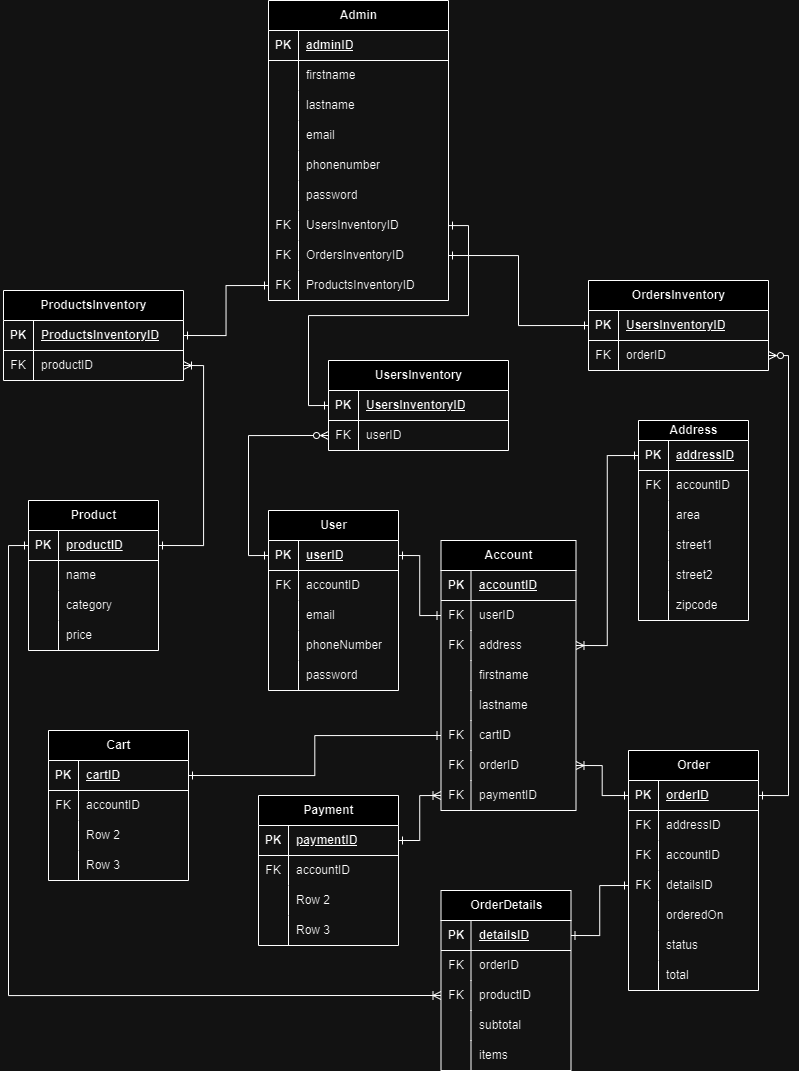
Earlier version of the draw.io export ZDeliverERDiagram.png (Yaq0ub/ZDeliver). Source tidied: cells renumbered, new cells last; positions are measured from the earlier drawing's top-left corner, leaving out a move shared by most shapes.
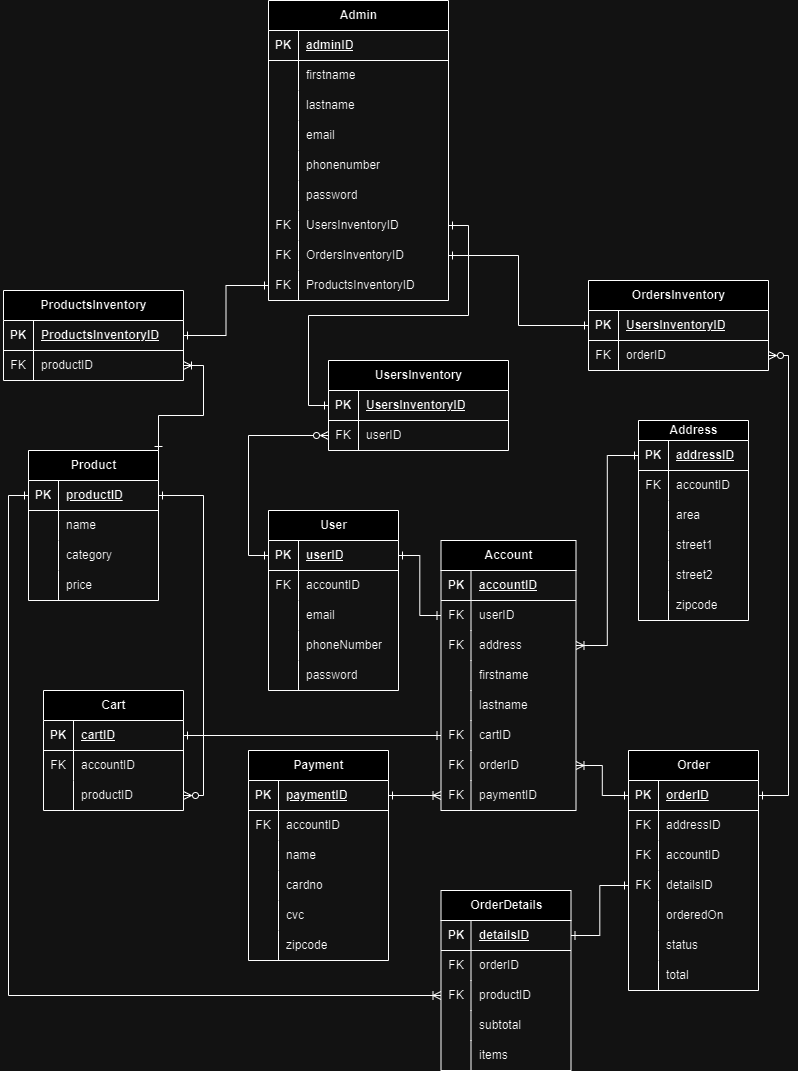
After the change.

Change to the diagram source:
```diff
@@ -117,7 +117,7 @@
       <mxGeometry x="30" width="100" height="30" as="geometry" />
     </mxCell>
     <mxCell id="40" value="Payment" style="shape=table;startSize=30;rowLines=0;fontStyle=1;align=center;html=1;" parent="1" vertex="1">
-      <mxGeometry x="255" y="795" width="140" height="150" as="geometry" />
+      <mxGeometry x="245" y="750" width="140" height="210" as="geometry" />
     </mxCell>
     <mxCell id="41" style="shape=tableRow;horizontal=0;startSize=0;swimlaneHead=0;swimlaneBody=0;fillColor=none;points=[[0,0.5],[1,0.5]];portConstraint=eastwest;top=0;left=0;right=0;bottom=1;" parent="40" vertex="1">
       <mxGeometry y="30" width="140" height="30" as="geometry" />
@@ -143,7 +143,7 @@
     <mxCell id="48" style="shape=partialRectangle;fillColor=none;top=0;left=0;bottom=0;right=0;overflow=hidden;whiteSpace=wrap;html=1;" parent="47" vertex="1">
       <mxGeometry width="30" height="30" as="geometry" />
     </mxCell>
-    <mxCell id="49" value="Row 2" style="shape=partialRectangle;fillColor=none;top=0;left=0;bottom=0;right=0;align=left;spacingLeft=6;overflow=hidden;whiteSpace=wrap;html=1;" parent="47" vertex="1">
+    <mxCell id="49" value="name" style="shape=partialRectangle;fillColor=none;top=0;left=0;bottom=0;right=0;align=left;spacingLeft=6;overflow=hidden;whiteSpace=wrap;html=1;" parent="47" vertex="1">
       <mxGeometry x="30" width="110" height="30" as="geometry" />
     </mxCell>
     <mxCell id="50" style="shape=tableRow;horizontal=0;startSize=0;swimlaneHead=0;swimlaneBody=0;fillColor=none;top=0;left=0;right=0;bottom=0;" parent="40" vertex="1">
@@ -152,11 +152,29 @@
     <mxCell id="51" style="shape=partialRectangle;fillColor=none;top=0;left=0;bottom=0;right=0;overflow=hidden;whiteSpace=wrap;html=1;" parent="50" vertex="1">
       <mxGeometry width="30" height="30" as="geometry" />
     </mxCell>
-    <mxCell id="52" value="Row 3" style="shape=partialRectangle;fillColor=none;top=0;left=0;bottom=0;right=0;align=left;spacingLeft=6;overflow=hidden;whiteSpace=wrap;html=1;" parent="50" vertex="1">
+    <mxCell id="52" value="cardno" style="shape=partialRectangle;fillColor=none;top=0;left=0;bottom=0;right=0;align=left;spacingLeft=6;overflow=hidden;whiteSpace=wrap;html=1;" parent="50" vertex="1">
       <mxGeometry x="30" width="110" height="30" as="geometry" />
     </mxCell>
+    <mxCell id="201" style="shape=tableRow;horizontal=0;startSize=0;swimlaneHead=0;swimlaneBody=0;fillColor=none;top=0;left=0;right=0;bottom=0;" parent="40" vertex="1">
+      <mxGeometry y="150" width="140" height="30" as="geometry" />
+    </mxCell>
+    <mxCell id="202" style="shape=partialRectangle;fillColor=none;top=0;left=0;bottom=0;right=0;overflow=hidden;whiteSpace=wrap;html=1;" parent="201" vertex="1">
+      <mxGeometry width="30" height="30" as="geometry" />
+    </mxCell>
+    <mxCell id="203" value="cvc" style="shape=partialRectangle;fillColor=none;top=0;left=0;bottom=0;right=0;align=left;spacingLeft=6;overflow=hidden;whiteSpace=wrap;html=1;" parent="201" vertex="1">
+      <mxGeometry x="30" width="110" height="30" as="geometry" />
+    </mxCell>
+    <mxCell id="204" style="shape=tableRow;horizontal=0;startSize=0;swimlaneHead=0;swimlaneBody=0;fillColor=none;top=0;left=0;right=0;bottom=0;" parent="40" vertex="1">
+      <mxGeometry y="180" width="140" height="30" as="geometry" />
+    </mxCell>
+    <mxCell id="205" style="shape=partialRectangle;fillColor=none;top=0;left=0;bottom=0;right=0;overflow=hidden;whiteSpace=wrap;html=1;" parent="204" vertex="1">
+      <mxGeometry width="30" height="30" as="geometry" />
+    </mxCell>
+    <mxCell id="206" value="zipcode" style="shape=partialRectangle;fillColor=none;top=0;left=0;bottom=0;right=0;align=left;spacingLeft=6;overflow=hidden;whiteSpace=wrap;html=1;" parent="204" vertex="1">
+      <mxGeometry x="30" width="110" height="30" as="geometry" />
+    </mxCell>
     <mxCell id="53" value="Cart" style="shape=table;startSize=30;rowLines=0;fontStyle=1;align=center;html=1;" parent="1" vertex="1">
-      <mxGeometry x="45" y="730" width="140" height="150" as="geometry" />
+      <mxGeometry x="40" y="690" width="140" height="120" as="geometry" />
     </mxCell>
     <mxCell id="54" style="shape=tableRow;horizontal=0;startSize=0;swimlaneHead=0;swimlaneBody=0;fillColor=none;points=[[0,0.5],[1,0.5]];portConstraint=eastwest;top=0;left=0;right=0;bottom=1;" parent="53" vertex="1">
       <mxGeometry y="30" width="140" height="30" as="geometry" />
@@ -182,18 +200,9 @@
     <mxCell id="61" style="shape=partialRectangle;fillColor=none;top=0;left=0;bottom=0;right=0;overflow=hidden;whiteSpace=wrap;html=1;" parent="60" vertex="1">
       <mxGeometry width="30" height="30" as="geometry" />
     </mxCell>
-    <mxCell id="62" value="Row 2" style="shape=partialRectangle;fillColor=none;top=0;left=0;bottom=0;right=0;align=left;spacingLeft=6;overflow=hidden;whiteSpace=wrap;html=1;" parent="60" vertex="1">
+    <mxCell id="62" value="productID" style="shape=partialRectangle;fillColor=none;top=0;left=0;bottom=0;right=0;align=left;spacingLeft=6;overflow=hidden;whiteSpace=wrap;html=1;" parent="60" vertex="1">
       <mxGeometry x="30" width="110" height="30" as="geometry" />
     </mxCell>
-    <mxCell id="63" style="shape=tableRow;horizontal=0;startSize=0;swimlaneHead=0;swimlaneBody=0;fillColor=none;top=0;left=0;right=0;bottom=0;" parent="53" vertex="1">
-      <mxGeometry y="120" width="140" height="30" as="geometry" />
-    </mxCell>
-    <mxCell id="64" style="shape=partialRectangle;fillColor=none;top=0;left=0;bottom=0;right=0;overflow=hidden;whiteSpace=wrap;html=1;" parent="63" vertex="1">
-      <mxGeometry width="30" height="30" as="geometry" />
-    </mxCell>
-    <mxCell id="65" value="Row 3" style="shape=partialRectangle;fillColor=none;top=0;left=0;bottom=0;right=0;align=left;spacingLeft=6;overflow=hidden;whiteSpace=wrap;html=1;" parent="63" vertex="1">
-      <mxGeometry x="30" width="110" height="30" as="geometry" />
-    </mxCell>
     <mxCell id="66" value="Account" style="shape=table;startSize=30;rowLines=0;fontStyle=1;align=center;html=1;" parent="1" vertex="1">
       <mxGeometry x="437.5" y="540" width="135" height="270" as="geometry" />
     </mxCell>
@@ -375,7 +384,7 @@
       <mxGeometry x="30" width="100" height="30" as="geometry" />
     </mxCell>
     <mxCell id="126" value="Product" style="shape=table;startSize=30;rowLines=0;fontStyle=1;align=center;html=1;" parent="1" vertex="1">
-      <mxGeometry x="25" y="500" width="130" height="150" as="geometry" />
+      <mxGeometry x="25" y="450" width="130" height="150" as="geometry" />
     </mxCell>
     <mxCell id="127" style="shape=tableRow;horizontal=0;startSize=0;swimlaneHead=0;swimlaneBody=0;fillColor=none;points=[[0,0.5],[1,0.5]];portConstraint=eastwest;top=0;left=0;right=0;bottom=1;" parent="126" vertex="1">
       <mxGeometry y="30" width="130" height="30" as="geometry" />
@@ -500,7 +509,7 @@
     <mxCell id="167" style="edgeStyle=orthogonalEdgeStyle;rounded=0;jettySize=auto;html=1;exitX=0;exitY=0.5;exitDx=0;exitDy=0;entryX=1;entryY=0.5;entryDx=0;entryDy=0;endArrow=ERone;endFill=0;startArrow=ERone;startFill=0;" parent="1" edge="1" source="28" target="111">
       <mxGeometry relative="1" as="geometry" />
     </mxCell>
-    <mxCell id="168" style="edgeStyle=orthogonalEdgeStyle;rounded=0;jettySize=auto;html=1;exitX=1;exitY=0.5;exitDx=0;exitDy=0;entryX=1;entryY=0.5;entryDx=0;entryDy=0;endArrow=ERone;endFill=0;startArrow=ERoneToMany;startFill=0;" parent="1" edge="1" source="143" target="127">
+    <mxCell id="168" style="rounded=0;jettySize=auto;html=1;exitX=1;exitY=0.5;exitDx=0;exitDy=0;entryX=1;entryY=0;entryDx=0;entryDy=0;endArrow=ERone;endFill=0;startArrow=ERoneToMany;startFill=0;edgeStyle=orthogonalEdgeStyle;" parent="1" edge="1" source="143" target="126">
       <mxGeometry relative="1" as="geometry" />
     </mxCell>
     <mxCell id="169" style="edgeStyle=orthogonalEdgeStyle;rounded=0;jettySize=auto;html=1;exitX=0;exitY=0.5;exitDx=0;exitDy=0;entryX=0;entryY=0.5;entryDx=0;entryDy=0;startArrow=ERoneToMany;startFill=0;endArrow=ERone;endFill=0;" parent="1" edge="1" source="117" target="127">
@@ -599,5 +608,8 @@
     <mxCell id="200" style="edgeStyle=orthogonalEdgeStyle;rounded=0;jettySize=auto;html=1;entryX=0;entryY=0.5;entryDx=0;entryDy=0;startArrow=ERone;startFill=0;endArrow=ERone;endFill=0;" parent="1" edge="1" source="189" target="147">
       <mxGeometry relative="1" as="geometry" />
     </mxCell>
+    <mxCell id="207" style="edgeStyle=orthogonalEdgeStyle;rounded=0;jettySize=auto;html=1;exitX=1;exitY=0.5;exitDx=0;exitDy=0;entryX=1;entryY=0.5;entryDx=0;entryDy=0;endArrow=ERone;endFill=0;startArrow=ERzeroToMany;startFill=0;" parent="1" edge="1" source="60" target="127">
+      <mxGeometry relative="1" as="geometry" />
+    </mxCell>
   </root>
 </mxGraphModel>
```
